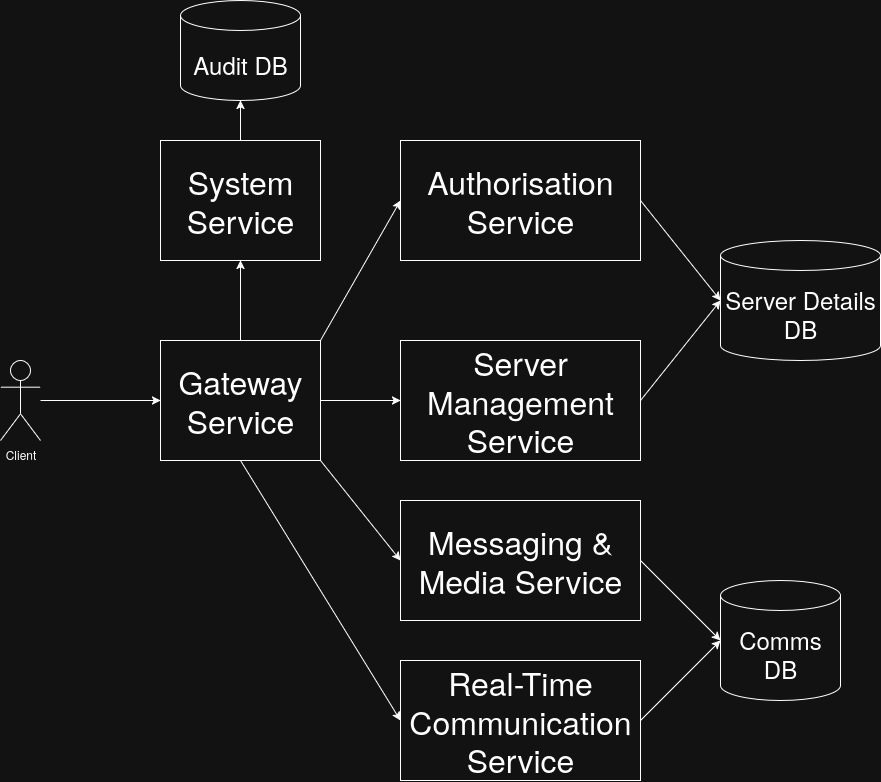
This is Design/Diagrams/BackendArchitectureDiagram.png from Mx-Angel/ConnText-Docs, a draw.io export, as it was before one commit. Source tidied: cells renumbered, new cells last; positions are measured from the earlier drawing's top-left corner, leaving out a move shared by most shapes.
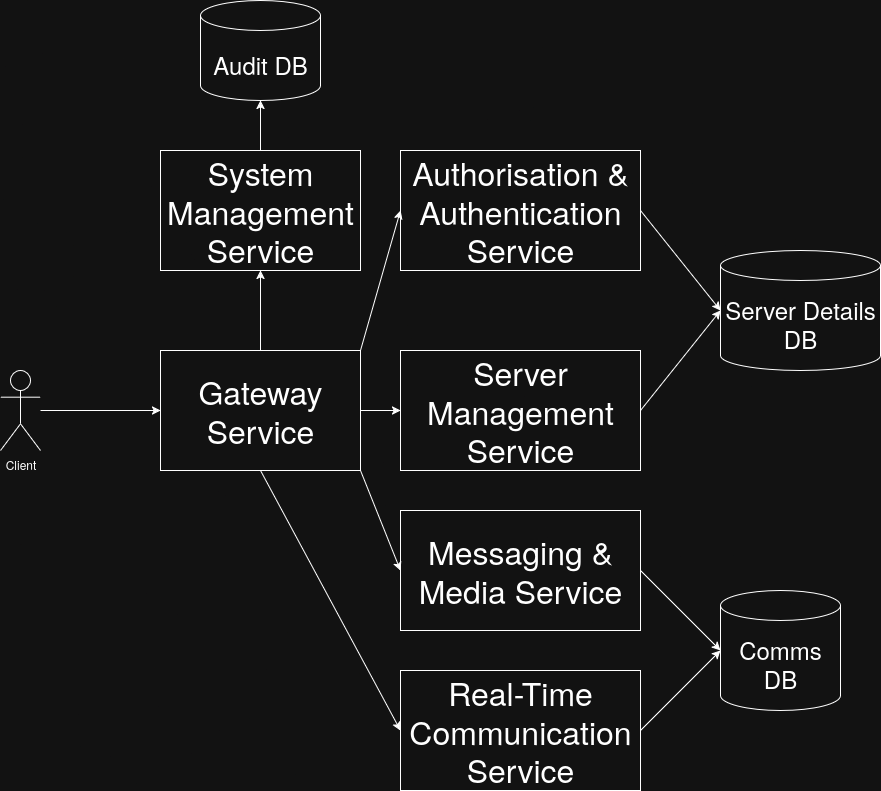
Later version of the same file.

Commit message:
Update service names in diagrams

- Update service names with those defined in ArchitectureNotes.md
- Correct grammer for 'real-time'

Diff of the diagram source:
```diff
@@ -3,12 +3,12 @@
     <mxCell id="0" />
     <mxCell id="1" parent="0" />
     <mxCell id="2" value="&lt;div&gt;&lt;font style=&quot;font-size: 32px;&quot;&gt;Gateway&lt;/font&gt;&lt;/div&gt;&lt;div&gt;&lt;font style=&quot;font-size: 32px;&quot;&gt;Service&lt;/font&gt;&lt;/div&gt;" style="rounded=0;whiteSpace=wrap;html=1;" parent="1" vertex="1">
-      <mxGeometry x="160" y="340" width="160" height="120" as="geometry" />
+      <mxGeometry x="160" y="340" width="200" height="120" as="geometry" />
     </mxCell>
     <mxCell id="3" value="Client" style="shape=umlActor;verticalLabelPosition=bottom;verticalAlign=top;html=1;outlineConnect=0;" parent="1" vertex="1">
       <mxGeometry y="360" width="40" height="80" as="geometry" />
     </mxCell>
-    <mxCell id="4" value="&lt;font style=&quot;font-size: 32px;&quot;&gt;Authorisation Service&lt;/font&gt;" style="rounded=0;whiteSpace=wrap;html=1;" parent="1" vertex="1">
+    <mxCell id="4" value="&lt;font style=&quot;font-size: 32px;&quot;&gt;Authorisation &amp;amp; Authentication Service&lt;/font&gt;" style="rounded=0;whiteSpace=wrap;html=1;" parent="1" vertex="1">
       <mxGeometry x="400" y="140" width="240" height="120" as="geometry" />
     </mxCell>
     <mxCell id="5" value="&lt;font style=&quot;font-size: 32px;&quot;&gt;Server Management Service&lt;/font&gt;" style="rounded=0;whiteSpace=wrap;html=1;" parent="1" vertex="1">
@@ -20,8 +20,8 @@
     <mxCell id="7" value="&lt;font style=&quot;font-size: 32px;&quot;&gt;Real-Time Communication Service&lt;/font&gt;" style="rounded=0;whiteSpace=wrap;html=1;" parent="1" vertex="1">
       <mxGeometry x="400" y="660" width="240" height="120" as="geometry" />
     </mxCell>
-    <mxCell id="8" value="&lt;font style=&quot;font-size: 32px;&quot;&gt;System Service&lt;/font&gt;" style="rounded=0;whiteSpace=wrap;html=1;" parent="1" vertex="1">
-      <mxGeometry x="160" y="140" width="160" height="120" as="geometry" />
+    <mxCell id="8" value="&lt;font style=&quot;font-size: 32px;&quot;&gt;System Management Service&lt;/font&gt;" style="rounded=0;whiteSpace=wrap;html=1;" parent="1" vertex="1">
+      <mxGeometry x="160" y="140" width="200" height="120" as="geometry" />
     </mxCell>
     <mxCell id="9" style="endArrow=classic;html=1;rounded=0;entryX=0.5;entryY=1;entryDx=0;entryDy=0;exitX=0.5;exitY=0;exitDx=0;exitDy=0;" parent="1" edge="1" source="2" target="8">
       <mxGeometry relative="1" as="geometry" />
@@ -60,7 +60,7 @@
       <mxGeometry relative="1" as="geometry" />
     </mxCell>
     <mxCell id="21" value="&lt;font style=&quot;font-size: 24px;&quot;&gt;Audit DB&lt;/font&gt;" style="shape=cylinder3;whiteSpace=wrap;html=1;boundedLbl=1;backgroundOutline=1;size=15;" parent="1" vertex="1">
-      <mxGeometry x="180" width="120" height="100" as="geometry" />
+      <mxGeometry x="200" y="-10" width="120" height="100" as="geometry" />
     </mxCell>
     <mxCell id="22" style="endArrow=classic;html=1;rounded=0;entryX=0.5;entryY=1;entryDx=0;entryDy=0;exitX=0.5;exitY=0;exitDx=0;exitDy=0;entryPerimeter=0;" parent="1" edge="1" source="8" target="21">
       <mxGeometry relative="1" as="geometry" />
```
